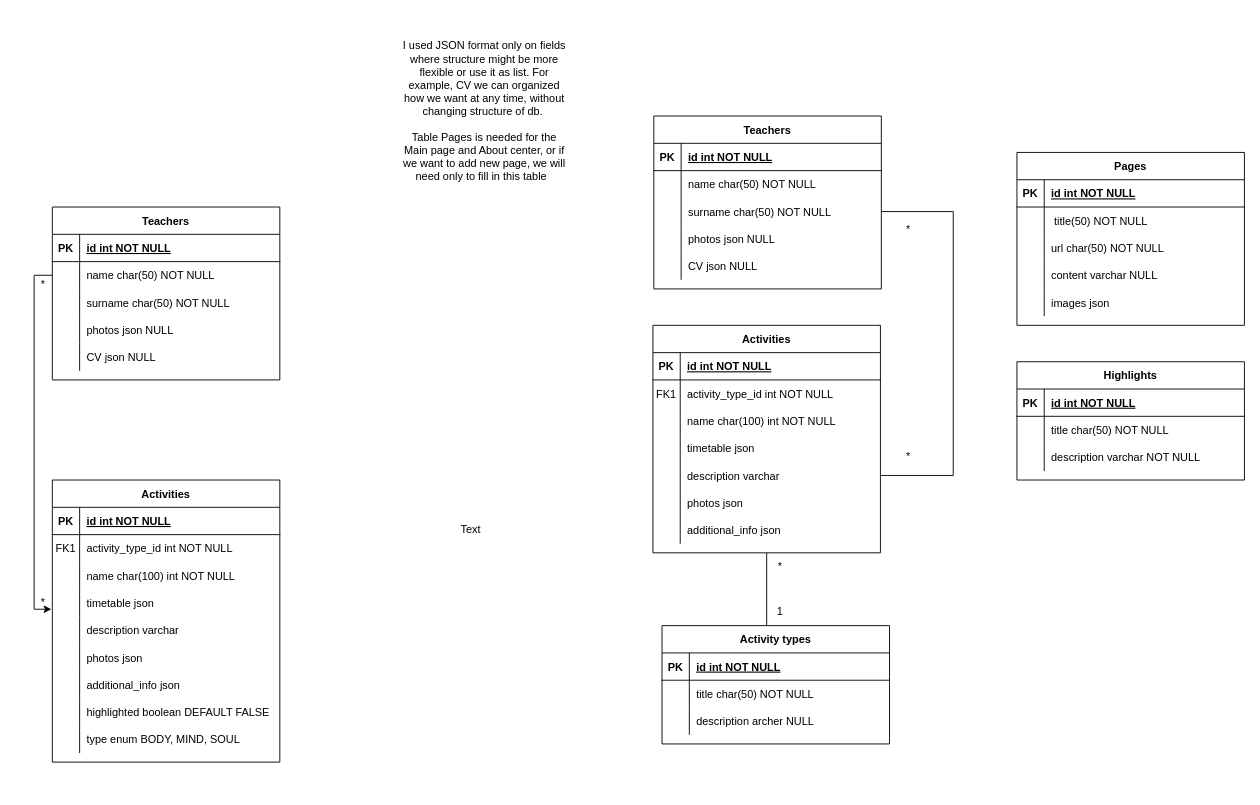
Before: Updated ERD.drawio in NakatoTeshika/Hypermedia-ERD, a draw.io diagram. Source tidied: cells renumbered, new cells numbered last; positions are measured from the earlier drawing's top-left corner, leaving out a move shared by most shapes. Both pictures are drawn from the tidied source at 91%, with x=0, y=0 at pixel (15, 15).
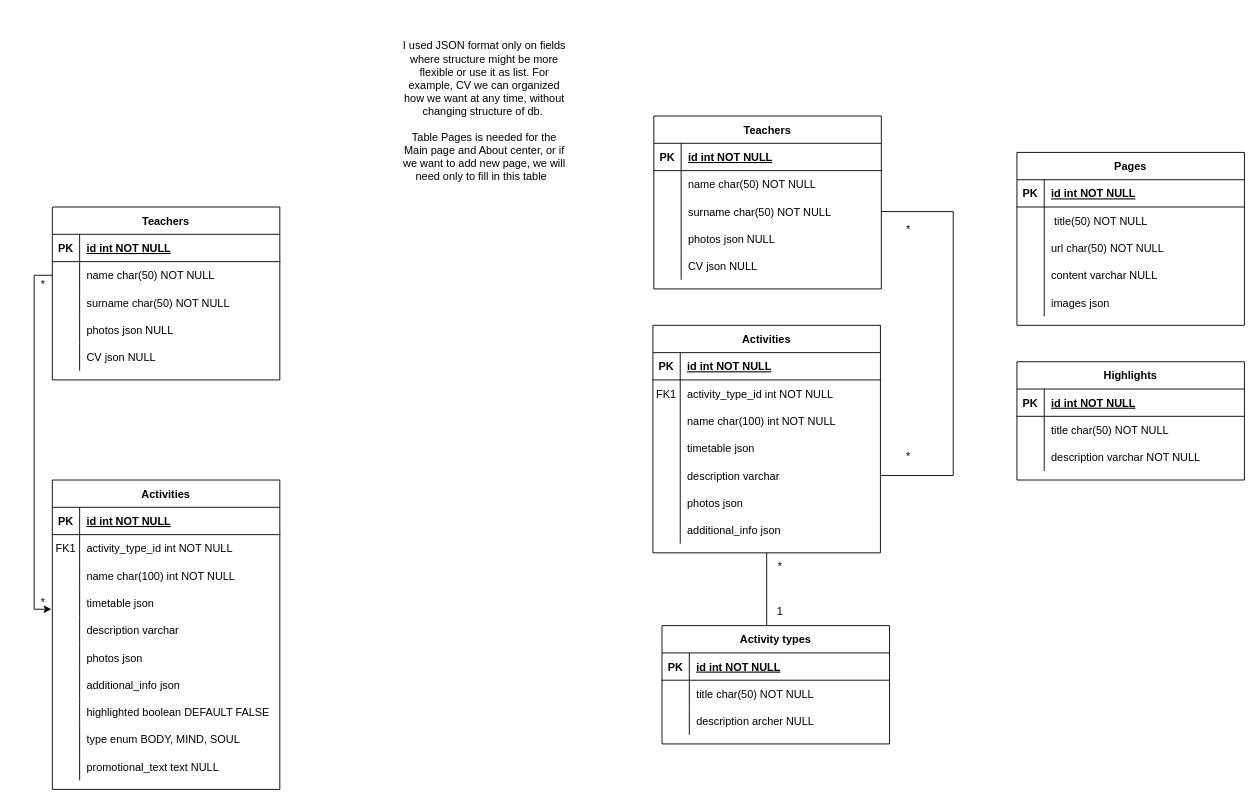
The same diagram, later.

The edit, as a diff of the source:
```diff
@@
     <mxCell id="83" value="Activities" style="shape=table;startSize=30;childLayout=tableLayout;rowLines=0;fontStyle=1;align=center;" parent="1" vertex="1">
-      <mxGeometry x="40" y="510" width="250" height="310" as="geometry" />
+      <mxGeometry x="40" y="510" width="250" height="340" as="geometry" />
     </mxCell>
@@
+    <mxCell id="131" style="shape=partialRectangle;fillColor=none;top=0;left=0;right=0;bottom=0;" parent="83" vertex="1">
+      <mxGeometry y="300" width="250" height="30" as="geometry" />
+    </mxCell>
+    <mxCell id="132" style="shape=partialRectangle;overflow=hidden;fillColor=none;top=0;left=0;bottom=0;right=0;" parent="131" vertex="1">
+      <mxGeometry width="30" height="30" as="geometry" />
+    </mxCell>
+    <mxCell id="133" value="promotional_text text NULL" style="shape=partialRectangle;overflow=hidden;fillColor=none;top=0;left=0;bottom=0;right=0;align=left;spacingLeft=6;" parent="131" vertex="1">
+      <mxGeometry x="30" width="220" height="30" as="geometry" />
+    </mxCell>
@@
-    <mxCell id="130" value="Text" style="text;html=1;align=center;verticalAlign=middle;whiteSpace=wrap;rounded=0;" parent="1" vertex="1">
-      <mxGeometry x="470" y="550" width="60" height="30" as="geometry" />
-    </mxCell>
```
